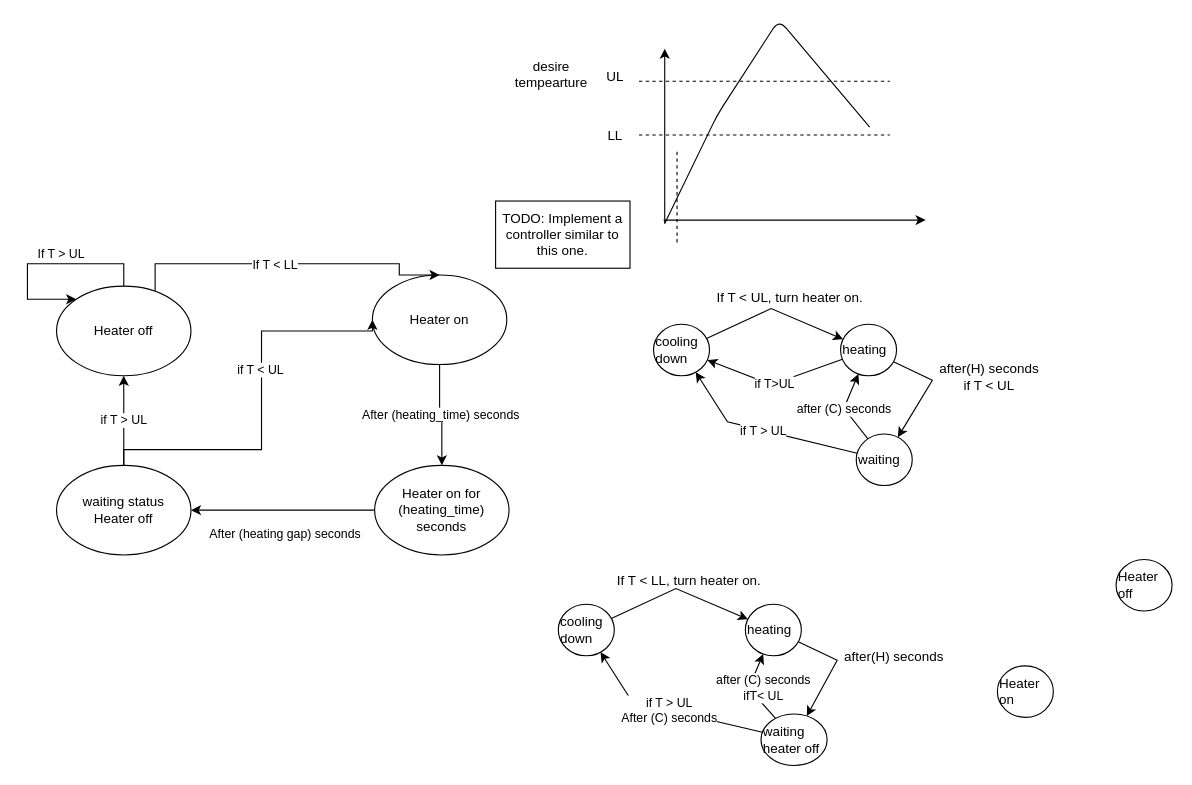
Above: notes/meetings/20-11-2020 Hao Synch Incubator.drawio in INTO-CPS-Association/example_digital-twin_incubator (draw.io), before the change. Source tidied: cells renumbered, new cells numbered last; positions are measured from the earlier drawing's top-left corner, leaving out a move shared by most shapes. Both pictures are drawn from the tidied source at 112%, with x=0, y=0 at pixel (27, 19).
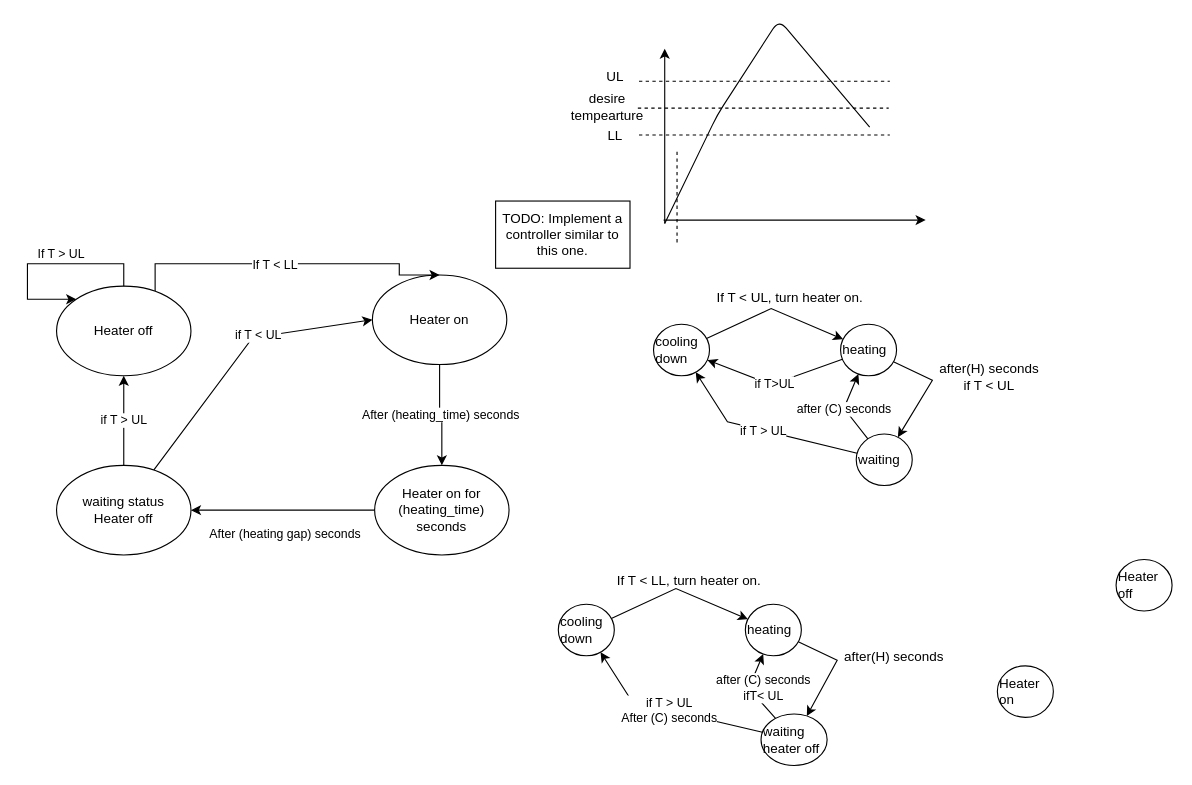
The same page after the edit.

Unchanged cells that the change refers to:
```xml
<mxCell id="33" value="Heater on" style="ellipse;whiteSpace=wrap;html=1;" parent="1" vertex="1">
  <mxGeometry x="308" y="228" width="120" height="80" as="geometry" />
</mxCell>
<mxCell id="43" value="waiting status&lt;br&gt;Heater off" style="ellipse;whiteSpace=wrap;html=1;" parent="1" vertex="1">
  <mxGeometry x="26" y="398" width="120" height="80" as="geometry" />
</mxCell>
```

What changed in the source:
```diff
@@
-    <mxCell id="41" style="edgeStyle=orthogonalEdgeStyle;rounded=0;jettySize=auto;html=1;entryX=0;entryY=0.5;entryDx=0;entryDy=0;" parent="1" edge="1" source="43" target="33">
+    <mxCell id="41" style="rounded=0;jettySize=auto;html=1;entryX=0;entryY=0.5;entryDx=0;entryDy=0;" parent="1" edge="1" source="43" target="33">
       <mxGeometry relative="1" as="geometry">
         <Array as="points">
-          <mxPoint x="86" y="384" />
-          <mxPoint x="209" y="384" />
-          <mxPoint x="209" y="278" />
+          <mxPoint x="201" y="284" />
         </Array>
       </mxGeometry>
     </mxCell>
@@
     <mxCell id="46" value="desire tempearture" style="text;html=1;strokeColor=none;fillColor=none;align=center;verticalAlign=middle;whiteSpace=wrap;rounded=0;" parent="1" vertex="1">
-      <mxGeometry x="448" y="39" width="40" height="20" as="geometry" />
+      <mxGeometry x="498" y="68" width="40" height="20" as="geometry" />
     </mxCell>
+    <mxCell id="47" style="endArrow=none;html=1;dashed=1;" parent="1" edge="1">
+      <mxGeometry relative="1" as="geometry">
+        <mxPoint x="545" y="79" as="sourcePoint" />
+        <mxPoint x="769" y="79" as="targetPoint" />
+      </mxGeometry>
+    </mxCell>
```
